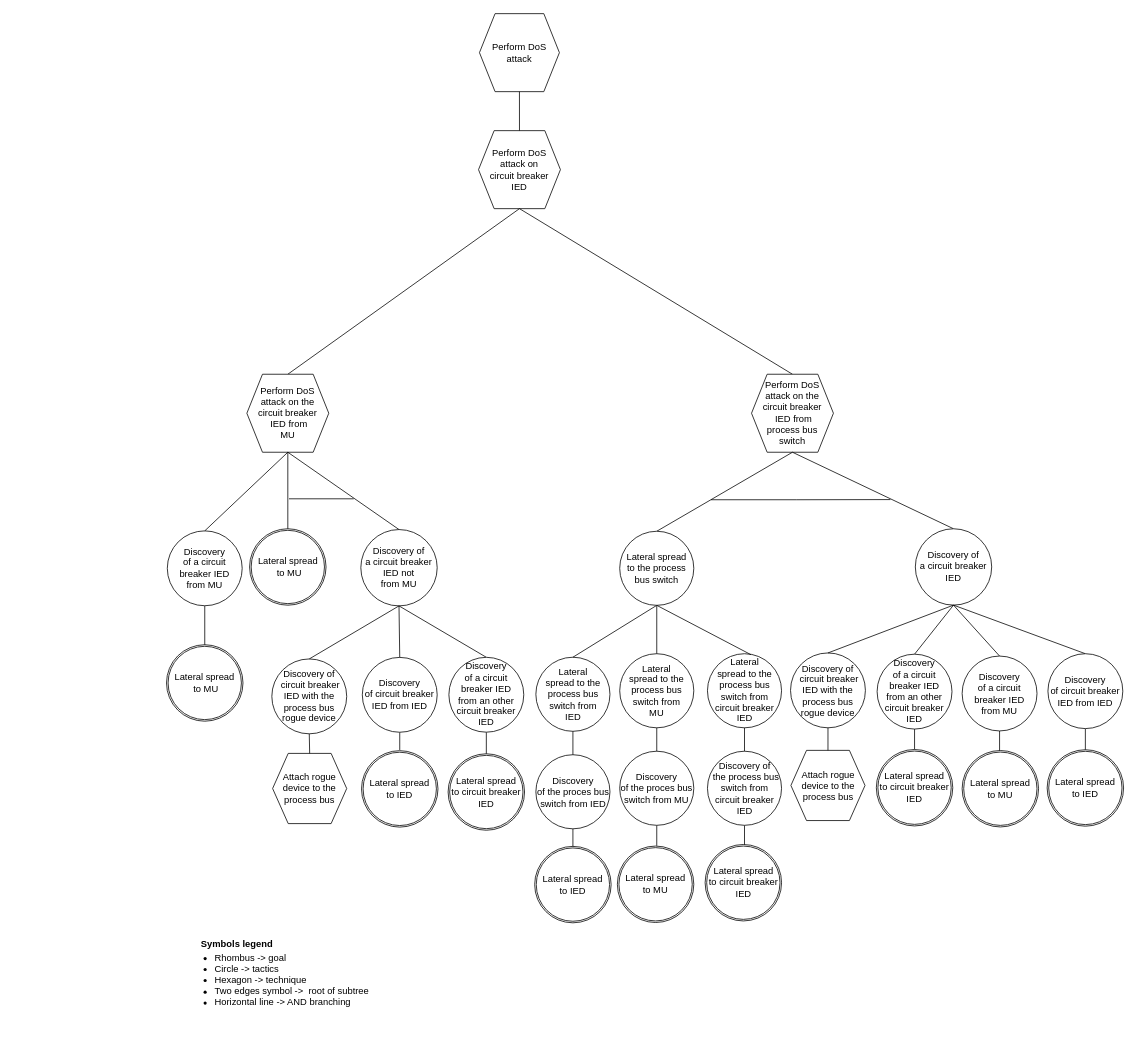
Before: drawIO_trees/solution_2_3_2.drawio in mihaelM/Attack_trees, a draw.io diagram. Source tidied: cells renumbered, new cells numbered last; positions are measured from the earlier drawing's top-left corner, leaving out a move shared by most shapes. Both pictures are drawn from the tidied source at 78%, with x=0, y=0 at pixel (166, 13).
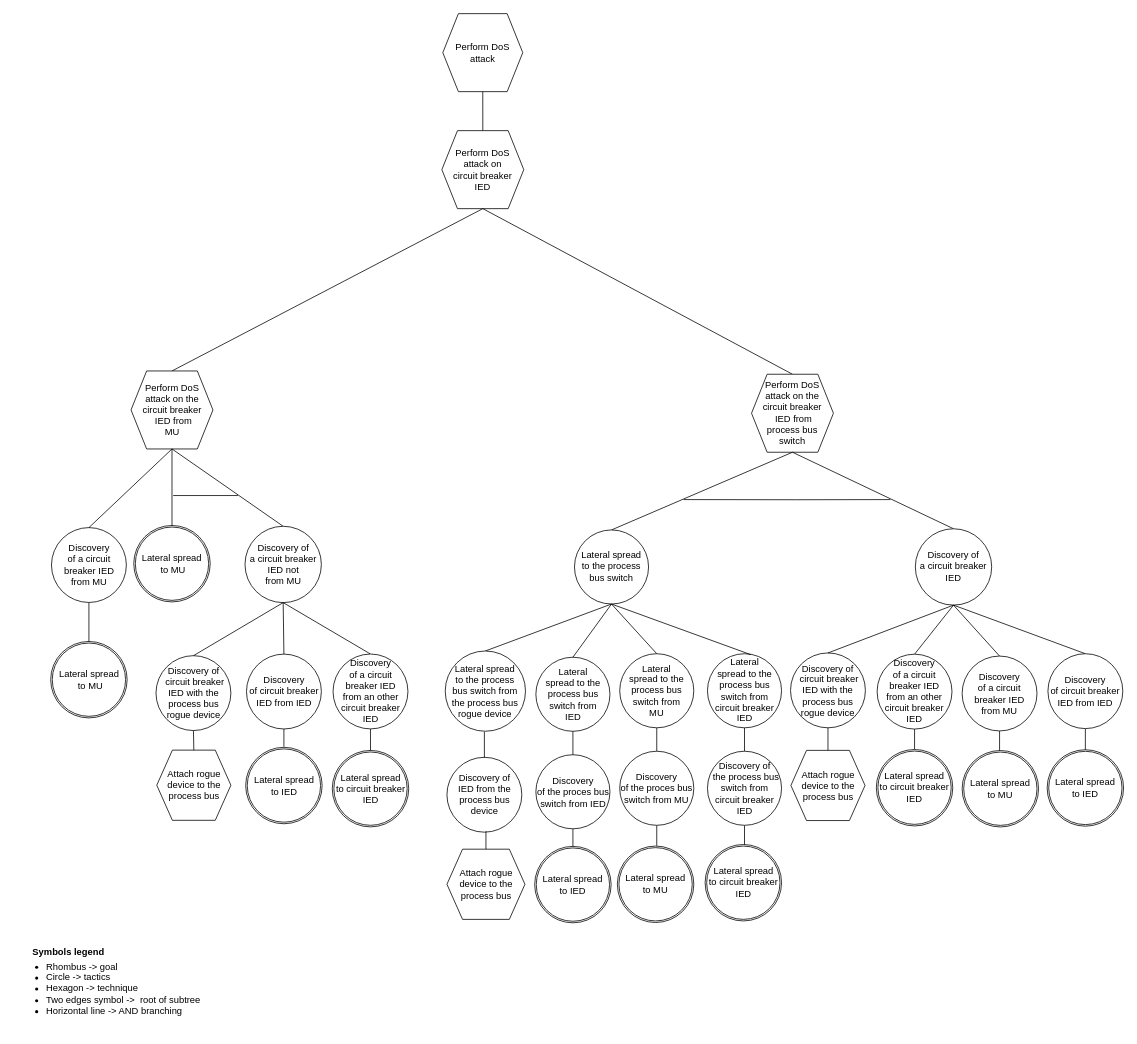
The same page after the edit.

Change to the diagram source:
```diff
@@
     <mxCell id="2" value="Perform DoS attack" style="shape=hexagon;perimeter=hexagonPerimeter2;whiteSpace=wrap;html=1;fixedSize=1;" parent="1" vertex="1">
-      <mxGeometry x="401.2" width="102.5" height="100" as="geometry" />
+      <mxGeometry x="354.2" width="102.5" height="100" as="geometry" />
     </mxCell>
     <mxCell id="3" value="&lt;font style=&quot;font-size: 12px&quot;&gt;Symbols legend&lt;/font&gt;" style="text;strokeColor=none;fillColor=none;html=1;fontSize=24;fontStyle=1;verticalAlign=middle;align=center;" parent="1" vertex="1">
-      <mxGeometry x="40" y="1168.6" width="100" height="40" as="geometry" />
+      <mxGeometry x="-176.5" y="1180" width="100" height="40" as="geometry" />
     </mxCell>
     <mxCell id="4" value="&lt;ul&gt;&lt;li&gt;&lt;span&gt;Rhombus -&amp;gt; goal&lt;/span&gt;&lt;/li&gt;&lt;li&gt;&lt;span&gt;Circle -&amp;gt; tactics&lt;/span&gt;&lt;br&gt;&lt;/li&gt;&lt;li&gt;Hexagon -&amp;gt; technique&lt;/li&gt;&lt;li&gt;Two edges symbol -&amp;gt;&amp;nbsp; root of subtree&lt;/li&gt;&lt;li&gt;Horizontal line -&amp;gt; AND branching&lt;/li&gt;&lt;/ul&gt;" style="text;strokeColor=none;fillColor=none;html=1;whiteSpace=wrap;verticalAlign=middle;overflow=hidden;fontSize=12;" parent="1" vertex="1">
-      <mxGeometry x="20" y="1185.4" width="256" height="107" as="geometry" />
+      <mxGeometry x="-196.5" y="1196.8" width="256" height="107" as="geometry" />
     </mxCell>
     <mxCell id="5" value="Perform DoS attack on&lt;br&gt;circuit breaker &lt;br&gt;IED" style="shape=hexagon;perimeter=hexagonPerimeter2;whiteSpace=wrap;html=1;fixedSize=1;" parent="1" vertex="1">
-      <mxGeometry x="400" y="150" width="105" height="100" as="geometry" />
+      <mxGeometry x="353" y="150" width="105" height="100" as="geometry" />
     </mxCell>
@@
     <mxCell id="16" style="endArrow=none;html=1;rounded=0;" parent="1" edge="1">
       <mxGeometry relative="1" as="geometry">
-        <mxPoint x="698" y="623.2" as="sourcePoint" />
+        <mxPoint x="663" y="623" as="sourcePoint" />
         <mxPoint x="928" y="623" as="targetPoint" />
         <Array as="points">
           <mxPoint x="808" y="623.2" />
         </Array>
       </mxGeometry>
     </mxCell>
@@
     <mxCell id="22" value="Lateral spread &lt;br&gt;to the process bus switch" style="ellipse;whiteSpace=wrap;html=1;" parent="1" vertex="1">
-      <mxGeometry x="581" y="663.6" width="95" height="95" as="geometry" />
+      <mxGeometry x="523" y="661.9" width="95" height="95" as="geometry" />
     </mxCell>
@@
     <mxCell id="29" value="Perform DoS attack on the&lt;br&gt;circuit breaker&lt;br&gt;&amp;nbsp;IED from &lt;br&gt;MU" style="shape=hexagon;perimeter=hexagonPerimeter2;whiteSpace=wrap;html=1;fixedSize=1;size=20;" parent="1" vertex="1">
-      <mxGeometry x="103" y="462.3" width="105" height="100" as="geometry" />
+      <mxGeometry x="-45.5" y="458.1" width="105" height="100" as="geometry" />
     </mxCell>
@@
     <mxCell id="31" value="Discovery&lt;br&gt;of a circuit breaker IED &lt;br&gt;from MU" style="ellipse;whiteSpace=wrap;html=1;" parent="1" vertex="1">
-      <mxGeometry x="1" y="663.1" width="96" height="96" as="geometry" />
+      <mxGeometry x="-147.5" y="658.9" width="96" height="96" as="geometry" />
     </mxCell>
@@
     <mxCell id="35" value="Attach rogue device to the process bus" style="shape=hexagon;perimeter=hexagonPerimeter2;whiteSpace=wrap;html=1;fixedSize=1;" parent="1" vertex="1">
-      <mxGeometry x="136" y="948.4" width="95" height="90" as="geometry" />
+      <mxGeometry x="-12.5" y="944.2" width="95" height="90" as="geometry" />
     </mxCell>
     <mxCell id="36" value="Discovery of&lt;br&gt;&amp;nbsp;circuit breaker &lt;br&gt;IED with the process bus rogue device" style="ellipse;whiteSpace=wrap;html=1;" parent="1" vertex="1">
-      <mxGeometry x="135" y="827.3" width="96" height="96" as="geometry" />
+      <mxGeometry x="-13.5" y="823.1" width="96" height="96" as="geometry" />
     </mxCell>
@@
     <mxCell id="38" style="endArrow=none;html=1;rounded=0;" parent="1" edge="1">
       <mxGeometry relative="1" as="geometry">
-        <mxPoint x="157" y="622" as="sourcePoint" />
-        <mxPoint x="240" y="622" as="targetPoint" />
+        <mxPoint x="8.5" y="617.8" as="sourcePoint" />
+        <mxPoint x="91.5" y="617.8" as="targetPoint" />
       </mxGeometry>
     </mxCell>
     <mxCell id="39" value="Discovery of&lt;br&gt;a circuit breaker IED not &lt;br&gt;from MU" style="ellipse;whiteSpace=wrap;html=1;" parent="1" vertex="1">
-      <mxGeometry x="249.1" y="661.4" width="97.9" height="97.9" as="geometry" />
+      <mxGeometry x="100.6" y="657.2" width="97.9" height="97.9" as="geometry" />
     </mxCell>
@@
     <mxCell id="41" style="endArrow=none;html=1;rounded=0;entryX=0.5;entryY=0;entryDx=0;entryDy=0;exitX=0.5;exitY=1;exitDx=0;exitDy=0;startArrow=none;" parent="1" edge="1" source="42">
       <mxGeometry relative="1" as="geometry">
-        <mxPoint x="299" y="944" as="targetPoint" />
+        <mxPoint x="150.5" y="939.8" as="targetPoint" />
       </mxGeometry>
     </mxCell>
     <mxCell id="42" value="Discovery&lt;br&gt;of circuit breaker IED from IED" style="ellipse;whiteSpace=wrap;html=1;" parent="1" vertex="1">
-      <mxGeometry x="251" y="825.3" width="96" height="96" as="geometry" />
+      <mxGeometry x="102.5" y="821.1" width="96" height="96" as="geometry" />
     </mxCell>
@@
     <mxCell id="46" value="Discovery&lt;br&gt;of a circuit breaker IED &lt;br&gt;from an other circuit breaker IED" style="ellipse;whiteSpace=wrap;html=1;" parent="1" vertex="1">
-      <mxGeometry x="362" y="825.2" width="96" height="96" as="geometry" />
+      <mxGeometry x="213.5" y="821" width="96" height="96" as="geometry" />
     </mxCell>
@@
     <mxCell id="61" style="ellipse;whiteSpace=wrap;html=1;" parent="1" vertex="1">
-      <mxGeometry y="809.1" width="98" height="98" as="geometry" />
+      <mxGeometry x="-148.5" y="804.9" width="98" height="98" as="geometry" />
     </mxCell>
     <mxCell id="62" value="Lateral spread&lt;br&gt;&amp;nbsp;to MU" style="ellipse;whiteSpace=wrap;html=1;" parent="1" vertex="1">
-      <mxGeometry x="2" y="811.1" width="94" height="94" as="geometry" />
+      <mxGeometry x="-146.5" y="806.9" width="94" height="94" as="geometry" />
     </mxCell>
     <mxCell id="63" style="ellipse;whiteSpace=wrap;html=1;" parent="1" vertex="1">
-      <mxGeometry x="106.5" y="660.4" width="98" height="98" as="geometry" />
+      <mxGeometry x="-42" y="656.2" width="98" height="98" as="geometry" />
     </mxCell>
     <mxCell id="64" value="Lateral spread&lt;br&gt;&amp;nbsp;to MU" style="ellipse;whiteSpace=wrap;html=1;" parent="1" vertex="1">
-      <mxGeometry x="108.5" y="662.4" width="94" height="94" as="geometry" />
+      <mxGeometry x="-40" y="658.2" width="94" height="94" as="geometry" />
     </mxCell>
     <mxCell id="65" style="ellipse;whiteSpace=wrap;html=1;" parent="1" vertex="1">
-      <mxGeometry x="250" y="944.9" width="98" height="98" as="geometry" />
+      <mxGeometry x="101.5" y="940.6" width="98" height="98" as="geometry" />
     </mxCell>
     <mxCell id="66" value="Lateral spread&lt;br&gt;to IED" style="ellipse;whiteSpace=wrap;html=1;" parent="1" vertex="1">
-      <mxGeometry x="252" y="946.9" width="94" height="94" as="geometry" />
+      <mxGeometry x="103.5" y="942.6" width="94" height="94" as="geometry" />
     </mxCell>
     <mxCell id="67" style="ellipse;whiteSpace=wrap;html=1;" parent="1" vertex="1">
-      <mxGeometry x="361" y="948.9" width="98" height="98" as="geometry" />
+      <mxGeometry x="212.5" y="944.6" width="98" height="98" as="geometry" />
     </mxCell>
     <mxCell id="68" value="Lateral spread&lt;br&gt;to circuit breaker IED" style="ellipse;whiteSpace=wrap;html=1;" parent="1" vertex="1">
-      <mxGeometry x="363" y="950.9" width="94" height="94" as="geometry" />
+      <mxGeometry x="214.5" y="946.6" width="94" height="94" as="geometry" />
     </mxCell>
@@
+    <mxCell id="81" style="endArrow=none;html=1;rounded=0;entryX=0.5;entryY=0;entryDx=0;entryDy=0;exitX=0.5;exitY=1;exitDx=0;exitDy=0;" parent="1" edge="1" source="22" target="82">
+      <mxGeometry relative="1" as="geometry" />
+    </mxCell>
+    <mxCell id="82" value="Lateral spread &lt;br&gt;to the process &lt;br&gt;bus switch from the process bus &lt;br&gt;rogue device" style="ellipse;whiteSpace=wrap;html=1;" parent="1" vertex="1">
+      <mxGeometry x="357.3" y="817.1" width="102.9" height="102.9" as="geometry" />
+    </mxCell>
+    <mxCell id="83" value="Discovery of &lt;br&gt;IED from the process bus device" style="ellipse;whiteSpace=wrap;html=1;" parent="1" vertex="1">
+      <mxGeometry x="359.5" y="953.4" width="96" height="96" as="geometry" />
+    </mxCell>
+    <mxCell id="84" value="Attach rogue device to the process bus" style="shape=hexagon;perimeter=hexagonPerimeter2;whiteSpace=wrap;html=1;fixedSize=1;" parent="1" vertex="1">
+      <mxGeometry x="359.5" y="1071.2" width="100" height="90" as="geometry" />
+    </mxCell>
+    <mxCell id="85" style="endArrow=none;html=1;rounded=0;" parent="1" edge="1" source="84">
+      <mxGeometry relative="1" as="geometry">
+        <mxPoint x="409.5" y="1048.2" as="targetPoint" />
+      </mxGeometry>
+    </mxCell>
+    <mxCell id="86" style="endArrow=none;html=1;rounded=0;exitX=0.5;exitY=0;exitDx=0;exitDy=0;" parent="1" edge="1">
+      <mxGeometry relative="1" as="geometry">
+        <mxPoint x="407.5" y="954" as="sourcePoint" />
+        <mxPoint x="407.5" y="920.7" as="targetPoint" />
+      </mxGeometry>
+    </mxCell>
```
